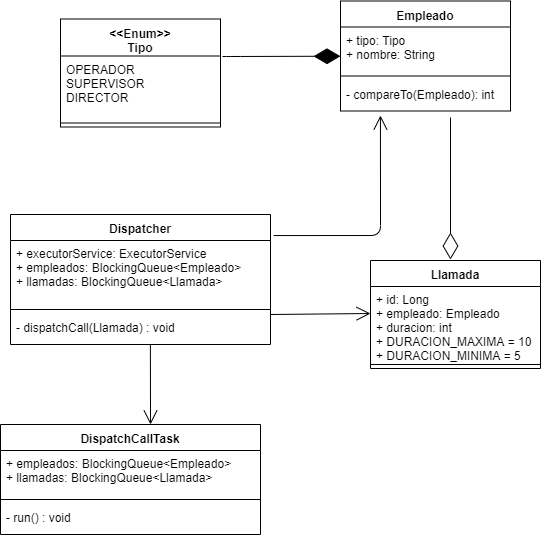
mdeciervo/callcenter keeps this draw.io diagram as doc/Callcenter.png. Above is the earlier version. Source tidied: cells renumbered, new cells last; positions are measured from the earlier drawing's top-left corner, leaving out a move shared by most shapes.
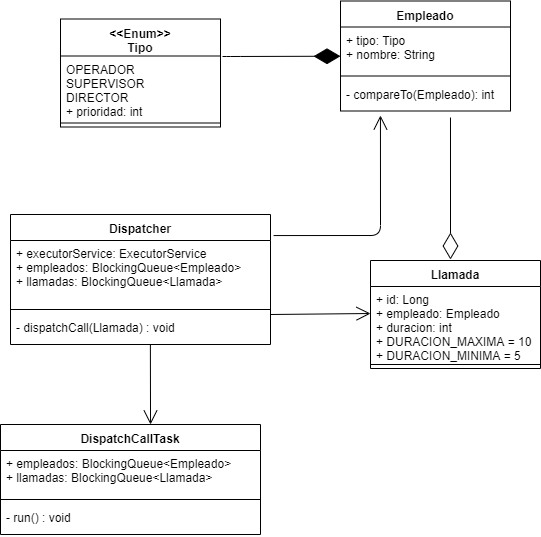
After the change.

Commit message:
Cambio diagrama

Change to the diagram source:
```diff
@@ -43,7 +43,7 @@
     <mxCell id="14" value="&lt;&lt;Enum&gt;&gt;&#10;Tipo&#10;" style="swimlane;fontStyle=1;align=center;verticalAlign=top;horizontal=1;startSize=37;" parent="1" vertex="1">
       <mxGeometry x="60" y="18.5" width="160" height="108" as="geometry" />
     </mxCell>
-    <mxCell id="15" value="OPERADOR&#10;SUPERVISOR&#10;DIRECTOR" style="text;strokeColor=none;fillColor=none;align=left;verticalAlign=top;spacingLeft=4;spacingRight=4;overflow=hidden;" parent="14" vertex="1">
+    <mxCell id="15" value="OPERADOR&#10;SUPERVISOR&#10;DIRECTOR&#10;+ prioridad: int" style="text;strokeColor=none;fillColor=none;align=left;verticalAlign=top;spacingLeft=4;spacingRight=4;overflow=hidden;" parent="14" vertex="1">
       <mxGeometry y="37" width="160" height="63" as="geometry" />
     </mxCell>
     <mxCell id="16" style="line;strokeWidth=1;fillColor=none;align=left;verticalAlign=middle;spacingTop=-1;spacingLeft=3;spacingRight=3;labelPosition=right;" parent="14" vertex="1">
```
